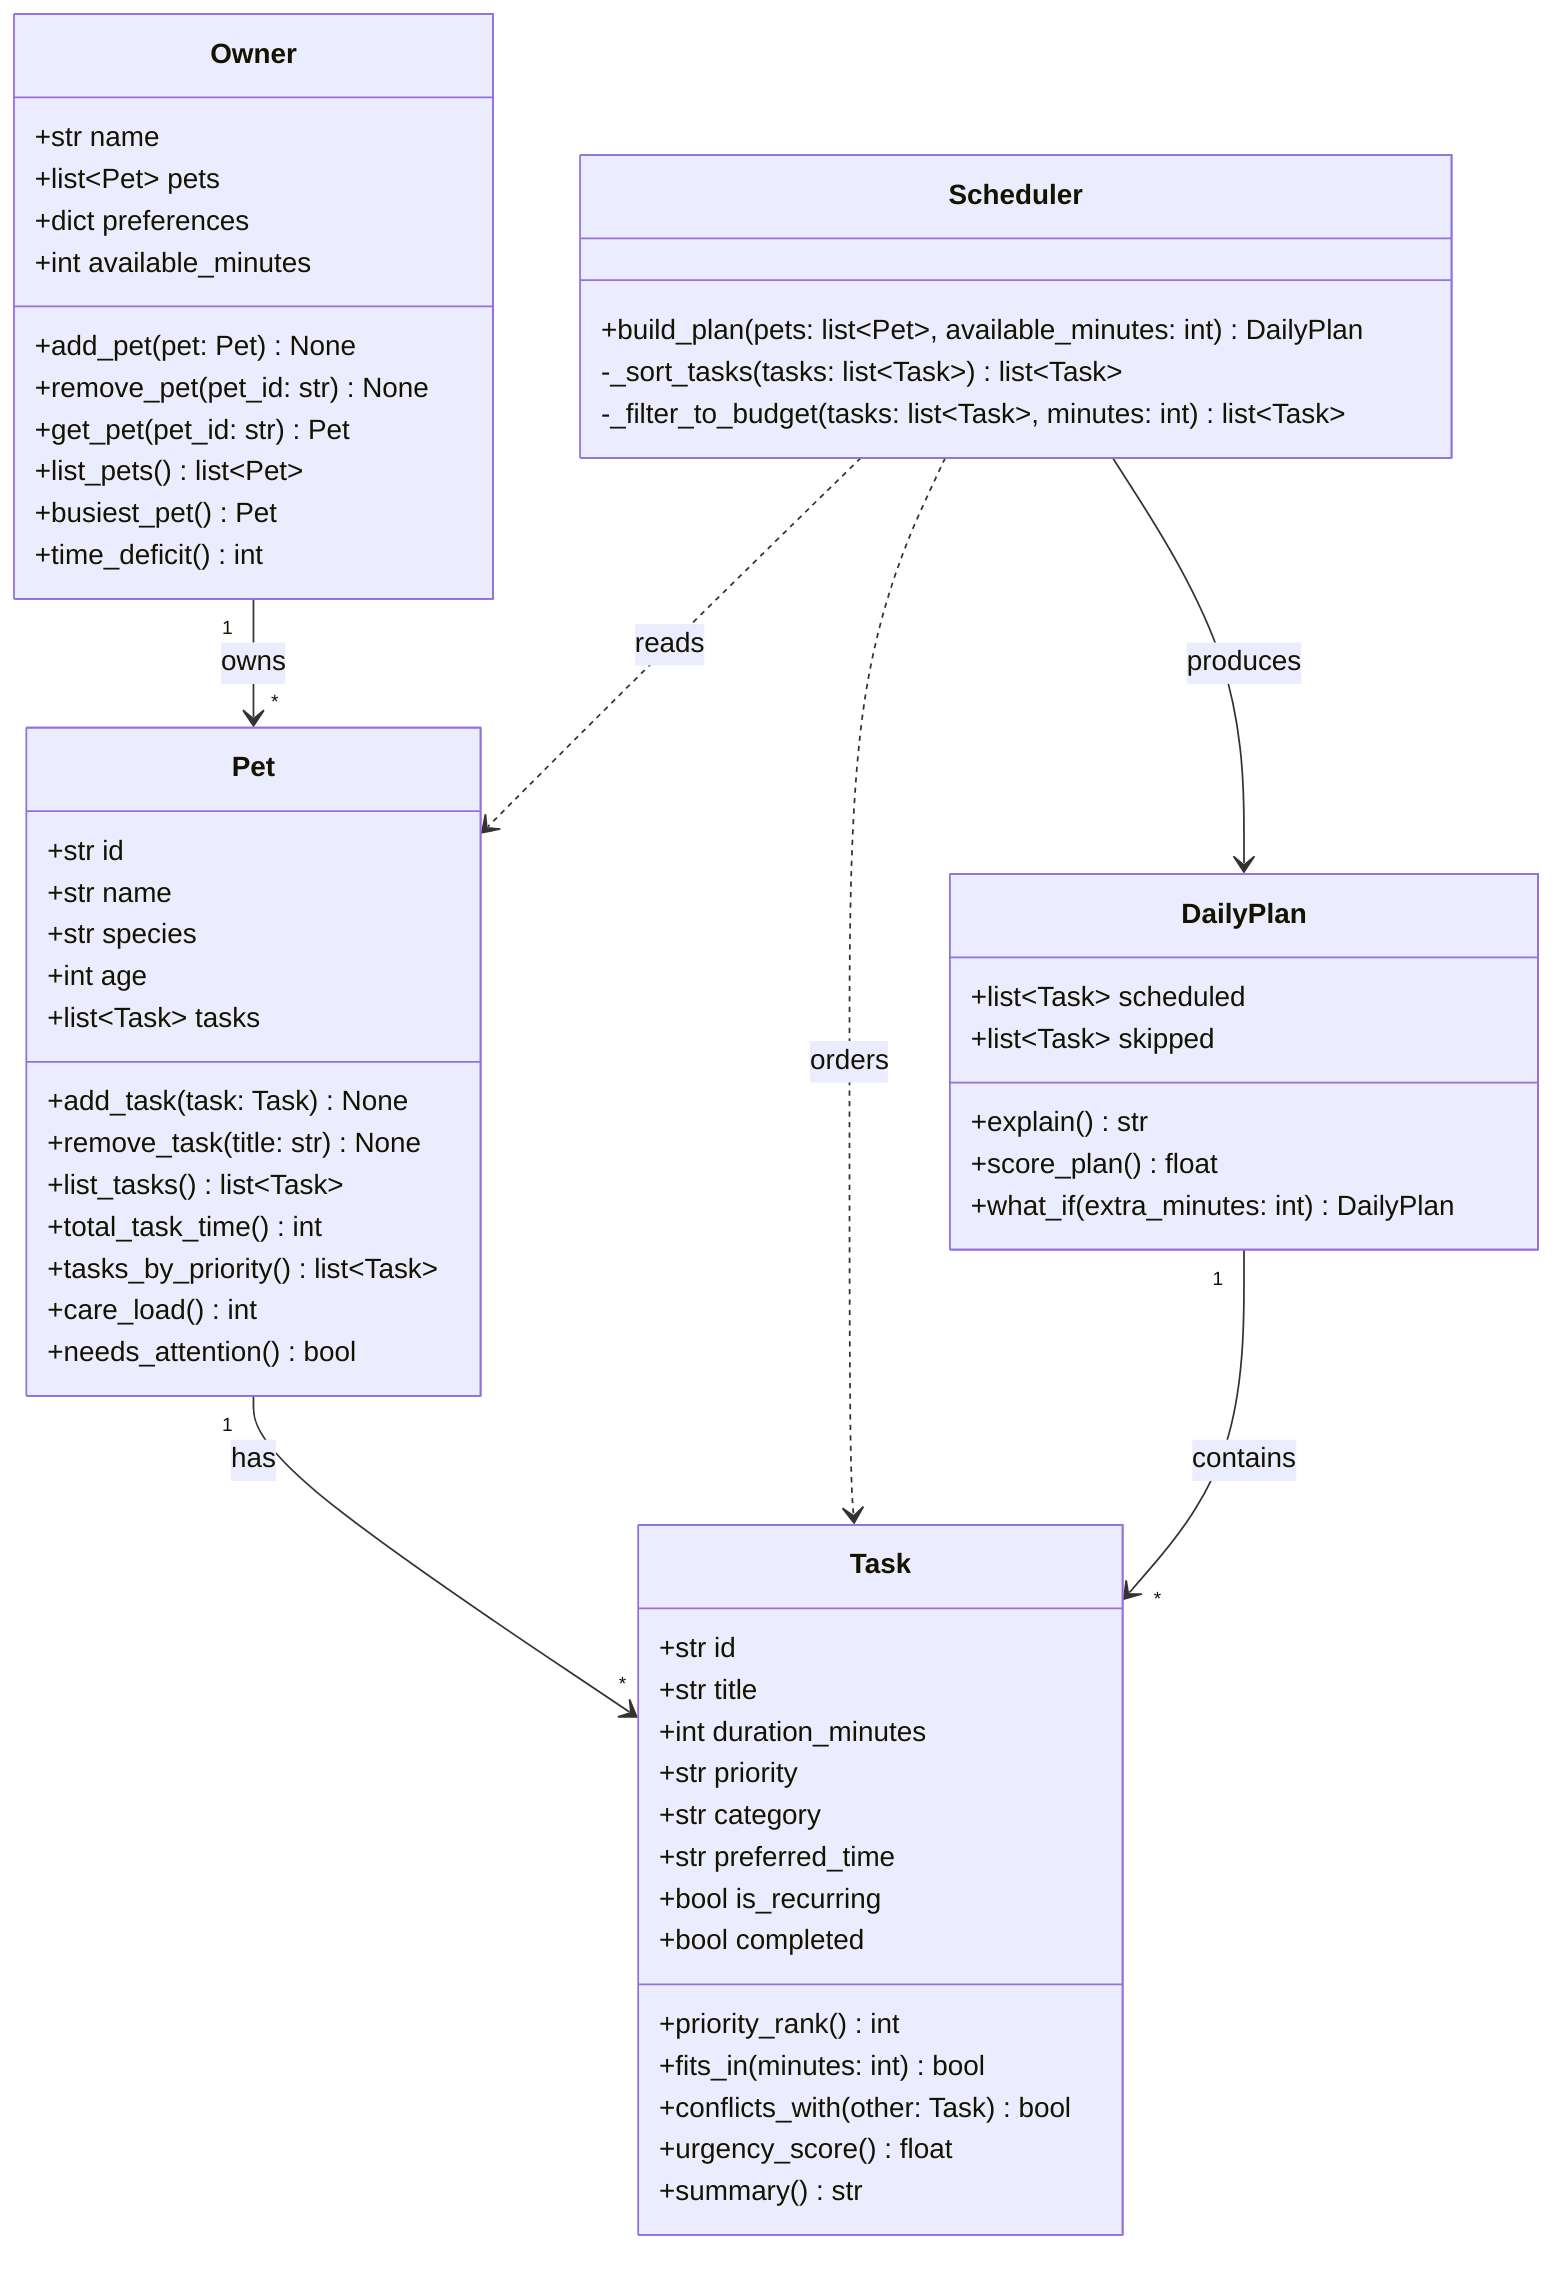
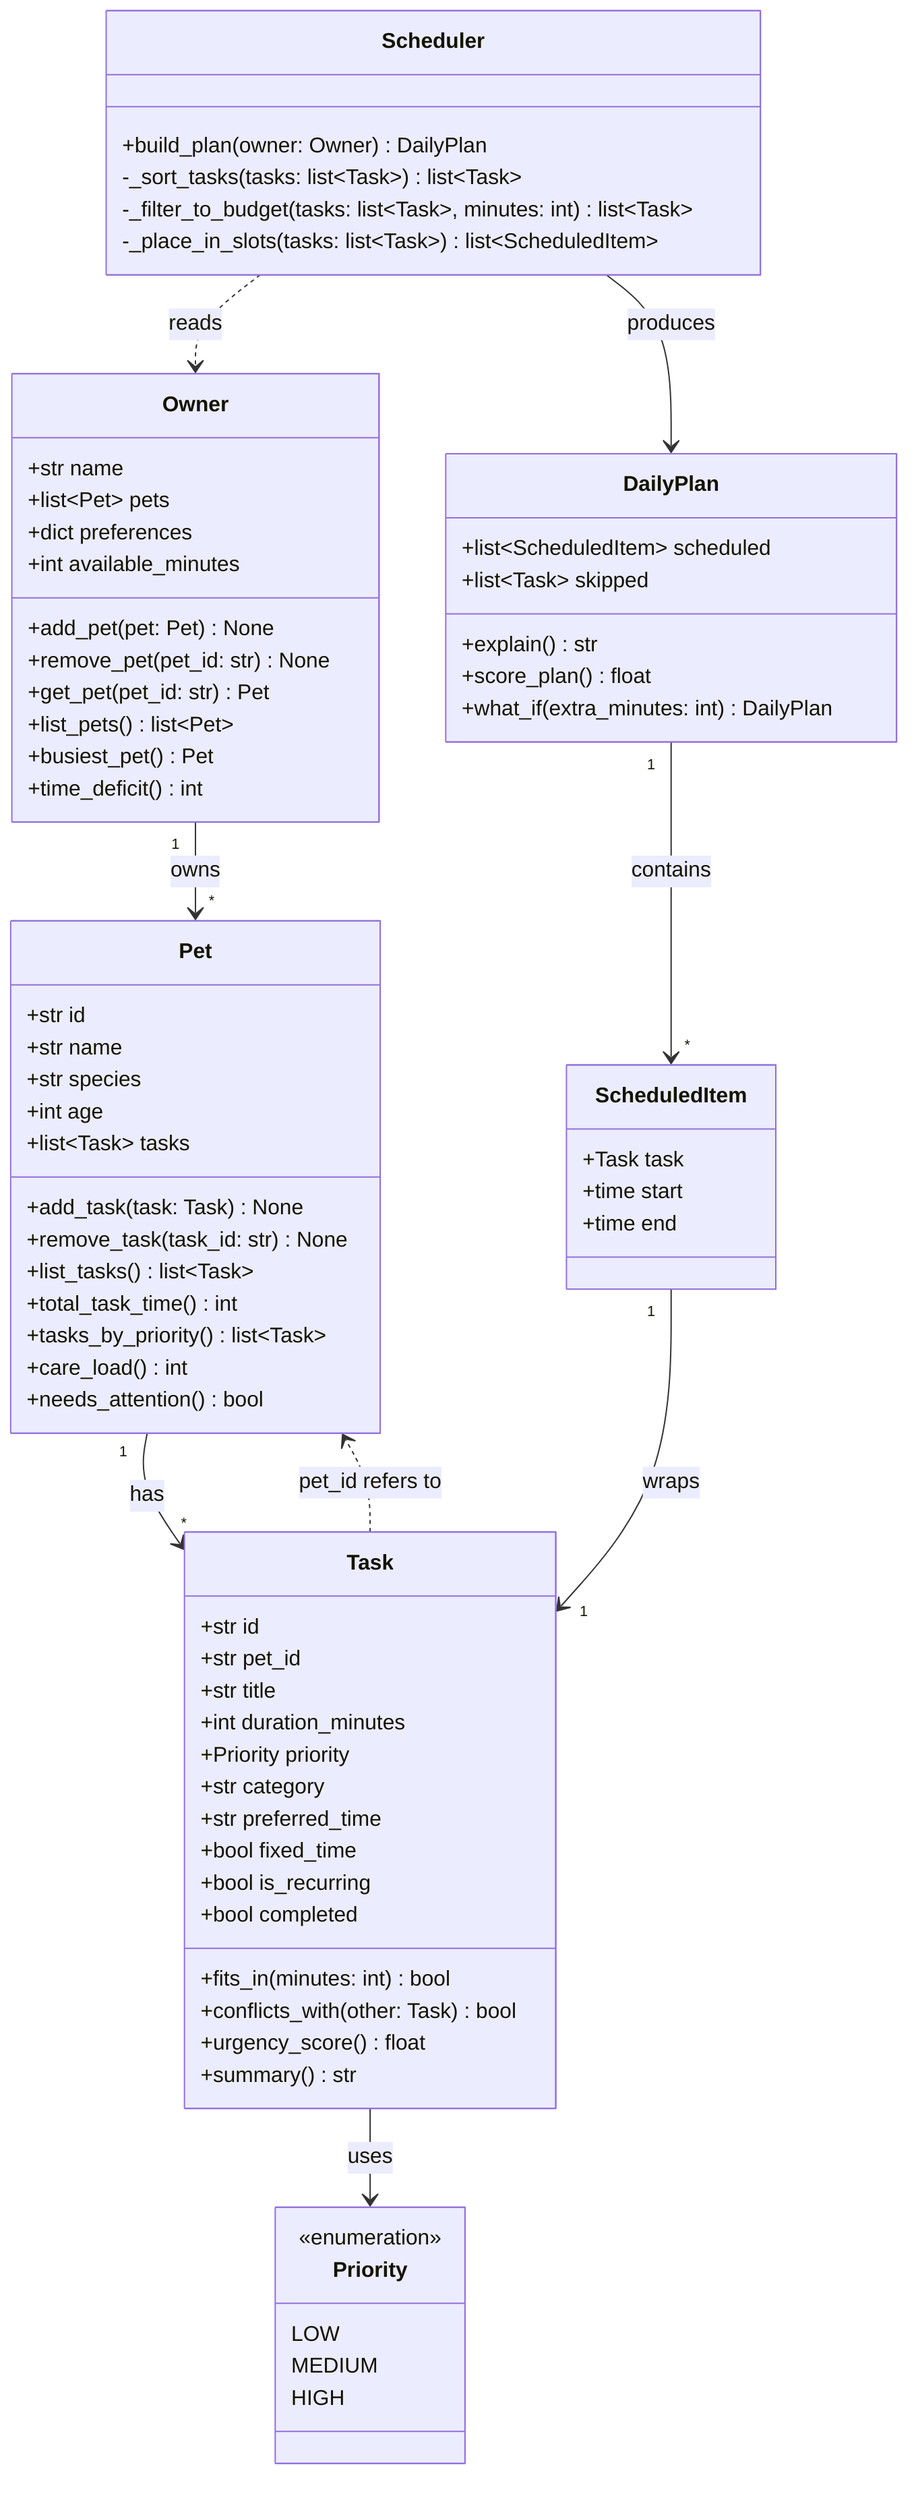
classDiagram
+     class Priority {
+         <<enumeration>>
+         LOW
+         MEDIUM
+         HIGH
+     }
+ 
    class Owner {
        +str name
        +list~Pet~ pets
        +dict preferences
        +int available_minutes
        +add_pet(pet: Pet) None
        +remove_pet(pet_id: str) None
        +get_pet(pet_id: str) Pet
        +list_pets() list~Pet~
        +busiest_pet() Pet
        +time_deficit() int
    }

    class Pet {
        +str id
        +str name
        +str species
        +int age
        +list~Task~ tasks
        +add_task(task: Task) None
-         +remove_task(title: str) None
+         +remove_task(task_id: str) None
        +list_tasks() list~Task~
        +total_task_time() int
        +tasks_by_priority() list~Task~
        +care_load() int
        +needs_attention() bool
    }

    class Task {
        +str id
+         +str pet_id
        +str title
        +int duration_minutes
-         +str priority
+         +Priority priority
        +str category
        +str preferred_time
+         +bool fixed_time
        +bool is_recurring
        +bool completed
-         +priority_rank() int
        +fits_in(minutes: int) bool
        +conflicts_with(other: Task) bool
        +urgency_score() float
        +summary() str
    }

+     class ScheduledItem {
+         +Task task
+         +time start
+         +time end
+     }
+ 
    class Scheduler {
-         +build_plan(pets: list~Pet~, available_minutes: int) DailyPlan
+         +build_plan(owner: Owner) DailyPlan
        -_sort_tasks(tasks: list~Task~) list~Task~
        -_filter_to_budget(tasks: list~Task~, minutes: int) list~Task~
+         -_place_in_slots(tasks: list~Task~) list~ScheduledItem~
    }

    class DailyPlan {
-         +list~Task~ scheduled
+         +list~ScheduledItem~ scheduled
        +list~Task~ skipped
        +explain() str
        +score_plan() float
        +what_if(extra_minutes: int) DailyPlan
    }

    Owner "1" --> "*" Pet : owns
    Pet "1" --> "*" Task : has
-     Scheduler ..> Pet : reads
-     Scheduler ..> Task : orders
+     Task --> Priority : uses
+     Task ..> Pet : pet_id refers to
+     Scheduler ..> Owner : reads
    Scheduler --> DailyPlan : produces
-     DailyPlan "1" --> "*" Task : contains
+     ScheduledItem "1" --> "1" Task : wraps
+     DailyPlan "1" --> "*" ScheduledItem : contains
